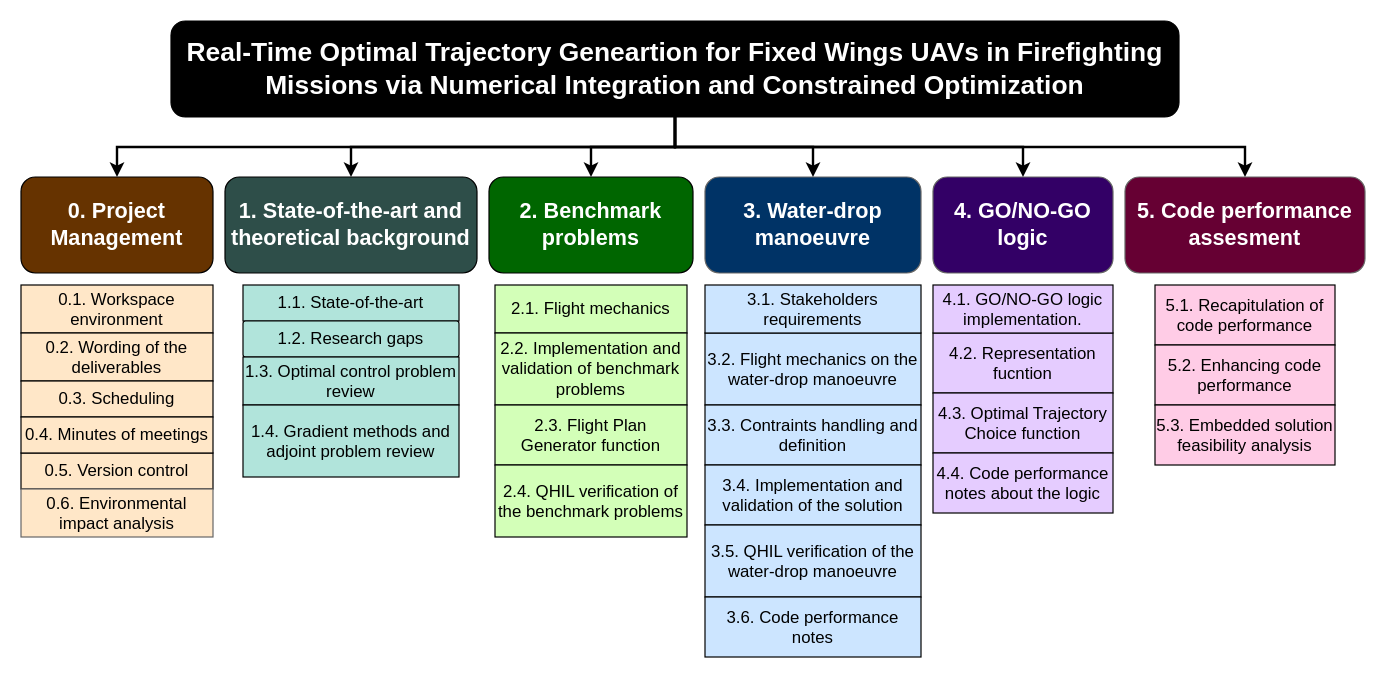
Before: project_charter/WBS.drawio in OverfittedPenguin/TFG_Campillo_Abimael, a draw.io diagram. Source tidied: cells renumbered, new cells numbered last; positions are measured from the earlier drawing's top-left corner, leaving out a move shared by most shapes. Both pictures are drawn from the tidied source at 120%, with x=0, y=0 at pixel (20, 20).
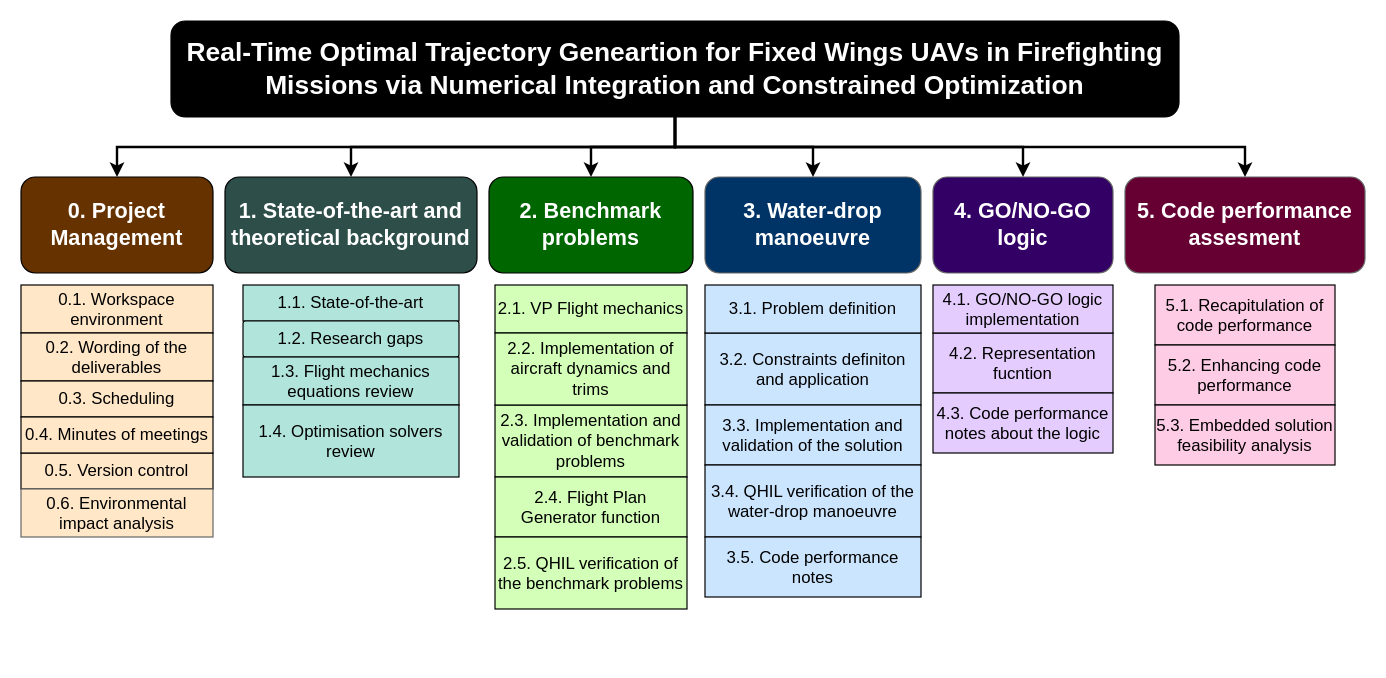
After the change.

The edit, as a diff of the source:
```diff
@@
-    <mxCell id="23" value="1.3. Optimal control problem review" style="rounded=1;whiteSpace=wrap;html=1;fillColor=#B1E4DB;strokeColor=#000000;fontColor=#000000;fontSize=14;arcSize=0;" parent="1" vertex="1">
+    <mxCell id="23" value="1.3. Flight mechanics equations review" style="rounded=1;whiteSpace=wrap;html=1;fillColor=#B1E4DB;strokeColor=#000000;fontColor=#000000;fontSize=14;arcSize=0;" parent="1" vertex="1">
       <mxGeometry x="185" y="280" width="180" height="40" as="geometry" />
     </mxCell>
-    <mxCell id="24" value="1.4. Gradient methods and adjoint problem review" style="rounded=1;whiteSpace=wrap;html=1;fillColor=#B1E4DB;strokeColor=#000000;fontColor=#000000;fontSize=14;arcSize=0;" parent="1" vertex="1">
+    <mxCell id="24" value="1.4. Optimisation solvers review" style="rounded=1;whiteSpace=wrap;html=1;fillColor=#B1E4DB;strokeColor=#000000;fontColor=#000000;fontSize=14;arcSize=0;" parent="1" vertex="1">
       <mxGeometry x="185" y="320" width="180" height="60" as="geometry" />
     </mxCell>
-    <mxCell id="25" value="2.1. Flight mechanics" style="rounded=1;whiteSpace=wrap;html=1;fillColor=light-dark(#d3ffb8, #0d4400);strokeColor=#000000;fontColor=#000000;fontSize=14;arcSize=0;" parent="1" vertex="1">
+    <mxCell id="25" value="2.1. VP Flight mechanics" style="rounded=1;whiteSpace=wrap;html=1;fillColor=light-dark(#d3ffb8, #0d4400);strokeColor=#000000;fontColor=#000000;fontSize=14;arcSize=0;" parent="1" vertex="1">
       <mxGeometry x="395" y="220" width="160" height="40" as="geometry" />
     </mxCell>
-    <mxCell id="26" value="2.2. Implementation and validation of benchmark problems" style="rounded=1;whiteSpace=wrap;html=1;fillColor=light-dark(#d3ffb8, #0d4400);strokeColor=#000000;fontColor=#000000;fontSize=14;arcSize=0;" parent="1" vertex="1">
-      <mxGeometry x="395" y="260" width="160" height="60" as="geometry" />
+    <mxCell id="26" value="2.3. Implementation and validation of benchmark problems" style="rounded=1;whiteSpace=wrap;html=1;fillColor=light-dark(#d3ffb8, #0d4400);strokeColor=#000000;fontColor=#000000;fontSize=14;arcSize=0;" parent="1" vertex="1">
+      <mxGeometry x="395" y="320" width="160" height="60" as="geometry" />
     </mxCell>
-    <mxCell id="27" value="2.3. Flight Plan Generator function" style="rounded=1;whiteSpace=wrap;html=1;fillColor=light-dark(#d3ffb8, #0d4400);strokeColor=#000000;fontColor=#000000;fontSize=14;arcSize=0;" parent="1" vertex="1">
-      <mxGeometry x="395" y="320" width="160" height="50" as="geometry" />
+    <mxCell id="27" value="2.4. Flight Plan Generator function" style="rounded=1;whiteSpace=wrap;html=1;fillColor=light-dark(#d3ffb8, #0d4400);strokeColor=#000000;fontColor=#000000;fontSize=14;arcSize=0;" parent="1" vertex="1">
+      <mxGeometry x="395" y="380" width="160" height="50" as="geometry" />
     </mxCell>
-    <mxCell id="28" value="2.4. QHIL verification of the benchmark problems" style="rounded=1;whiteSpace=wrap;html=1;fillColor=light-dark(#d3ffb8, #0d4400);strokeColor=#000000;fontColor=#000000;fontSize=14;arcSize=0;" parent="1" vertex="1">
-      <mxGeometry x="395" y="370" width="160" height="60" as="geometry" />
+    <mxCell id="28" value="2.5. QHIL verification of the benchmark problems" style="rounded=1;whiteSpace=wrap;html=1;fillColor=light-dark(#d3ffb8, #0d4400);strokeColor=#000000;fontColor=#000000;fontSize=14;arcSize=0;" parent="1" vertex="1">
+      <mxGeometry x="395" y="430" width="160" height="60" as="geometry" />
     </mxCell>
-    <mxCell id="29" value="3.2. Flight mechanics on the water-drop manoeuvre" style="rounded=1;whiteSpace=wrap;html=1;fillColor=#CCE5FF;strokeColor=#000000;fontColor=#000000;fontSize=14;arcSize=0;" parent="1" vertex="1">
+    <mxCell id="29" value="3.2. Constraints definiton and application" style="rounded=1;whiteSpace=wrap;html=1;fillColor=#CCE5FF;strokeColor=#000000;fontColor=#000000;fontSize=14;arcSize=0;" parent="1" vertex="1">
       <mxGeometry x="570" y="260" width="180" height="60" as="geometry" />
     </mxCell>
-    <mxCell id="30" value="3.1. Stakeholders requirements" style="rounded=1;whiteSpace=wrap;html=1;fillColor=#CCE5FF;strokeColor=#000000;fontColor=#000000;fontSize=14;arcSize=0;" parent="1" vertex="1">
+    <mxCell id="30" value="3.1. Problem definition" style="rounded=1;whiteSpace=wrap;html=1;fillColor=#CCE5FF;strokeColor=#000000;fontColor=#000000;fontSize=14;arcSize=0;" parent="1" vertex="1">
       <mxGeometry x="570" y="220" width="180" height="40" as="geometry" />
     </mxCell>
-    <mxCell id="31" value="3.3. Contraints handling and definition" style="rounded=1;whiteSpace=wrap;html=1;fillColor=#CCE5FF;strokeColor=#000000;fontColor=#000000;fontSize=14;arcSize=0;" parent="1" vertex="1">
-      <mxGeometry x="570" y="320" width="180" height="50" as="geometry" />
-    </mxCell>
-    <mxCell id="32" value="3.4. Implementation and validation of the solution" style="rounded=1;whiteSpace=wrap;html=1;fillColor=#CCE5FF;strokeColor=#000000;fontColor=#000000;fontSize=14;arcSize=0;" parent="1" vertex="1">
-      <mxGeometry x="570" y="370" width="180" height="50" as="geometry" />
+    <mxCell id="32" value="3.3. Implementation and validation of the solution" style="rounded=1;whiteSpace=wrap;html=1;fillColor=#CCE5FF;strokeColor=#000000;fontColor=#000000;fontSize=14;arcSize=0;" parent="1" vertex="1">
+      <mxGeometry x="570" y="320" width="180" height="50" as="geometry" />
     </mxCell>
-    <mxCell id="33" value="3.5. QHIL verification of the water-drop manoeuvre" style="rounded=1;whiteSpace=wrap;html=1;fillColor=#CCE5FF;strokeColor=#000000;fontColor=#000000;fontSize=14;arcSize=0;" parent="1" vertex="1">
-      <mxGeometry x="570" y="420" width="180" height="60" as="geometry" />
+    <mxCell id="33" value="3.4. QHIL verification of the water-drop manoeuvre" style="rounded=1;whiteSpace=wrap;html=1;fillColor=#CCE5FF;strokeColor=#000000;fontColor=#000000;fontSize=14;arcSize=0;" parent="1" vertex="1">
+      <mxGeometry x="570" y="370" width="180" height="60" as="geometry" />
     </mxCell>
-    <mxCell id="34" value="3.6. Code performance notes" style="rounded=1;whiteSpace=wrap;html=1;fillColor=#CCE5FF;strokeColor=#000000;fontColor=#000000;fontSize=14;arcSize=0;" parent="1" vertex="1">
-      <mxGeometry x="570" y="480" width="180" height="50" as="geometry" />
+    <mxCell id="34" value="3.5. Code performance notes" style="rounded=1;whiteSpace=wrap;html=1;fillColor=#CCE5FF;strokeColor=#000000;fontColor=#000000;fontSize=14;arcSize=0;" parent="1" vertex="1">
+      <mxGeometry x="570" y="430" width="180" height="50" as="geometry" />
     </mxCell>
@@
-    <mxCell id="36" value="4.1. GO/NO-GO logic implementation." style="rounded=1;whiteSpace=wrap;html=1;fillColor=#E5CCFF;strokeColor=#000000;fontColor=#000000;fontSize=14;arcSize=0;" parent="1" vertex="1">
+    <mxCell id="36" value="4.1. GO/NO-GO logic implementation" style="rounded=1;whiteSpace=wrap;html=1;fillColor=#E5CCFF;strokeColor=#000000;fontColor=#000000;fontSize=14;arcSize=0;" parent="1" vertex="1">
       <mxGeometry x="760" y="220" width="150" height="40" as="geometry" />
     </mxCell>
-    <mxCell id="37" value="4.3. Optimal Trajectory Choice function" style="rounded=1;whiteSpace=wrap;html=1;fillColor=#E5CCFF;strokeColor=#000000;fontColor=#000000;fontSize=14;arcSize=0;" parent="1" vertex="1">
-      <mxGeometry x="760" y="310" width="150" height="50" as="geometry" />
-    </mxCell>
-    <mxCell id="38" value="4.4. Code performance notes about the logic" style="rounded=1;whiteSpace=wrap;html=1;fillColor=#E5CCFF;strokeColor=#000000;fontColor=#000000;fontSize=14;arcSize=0;" parent="1" vertex="1">
-      <mxGeometry x="760" y="360" width="150" height="50" as="geometry" />
+    <mxCell id="38" value="4.3. Code performance notes about the logic" style="rounded=1;whiteSpace=wrap;html=1;fillColor=#E5CCFF;strokeColor=#000000;fontColor=#000000;fontSize=14;arcSize=0;" parent="1" vertex="1">
+      <mxGeometry x="760" y="310" width="150" height="50" as="geometry" />
     </mxCell>
@@
+    <mxCell id="42" value="2.2. Implementation of aircraft dynamics and trims" style="rounded=1;whiteSpace=wrap;html=1;fillColor=light-dark(#d3ffb8, #0d4400);strokeColor=#000000;fontColor=#000000;fontSize=14;arcSize=0;" parent="1" vertex="1">
+      <mxGeometry x="395" y="260" width="160" height="60" as="geometry" />
+    </mxCell>
```
